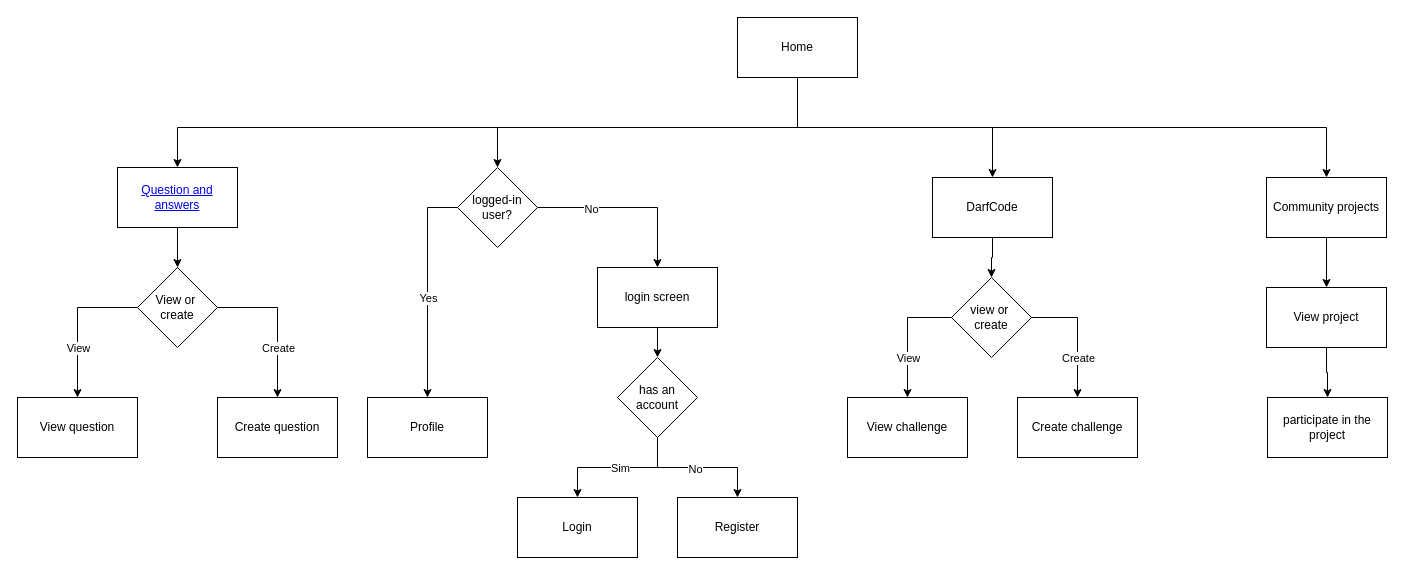
The draw.io diagram page "Navegação" (1 of 3) of Diagrama sem nome.drawio in Mined-Development-Company/Community, before the edit. Source tidied: cells renumbered, new cells numbered last; positions are measured from the earlier drawing's top-left corner, leaving out a move shared by most shapes. Both pictures are drawn from the tidied source at 100%, with x=0, y=0 at pixel (17, 17).
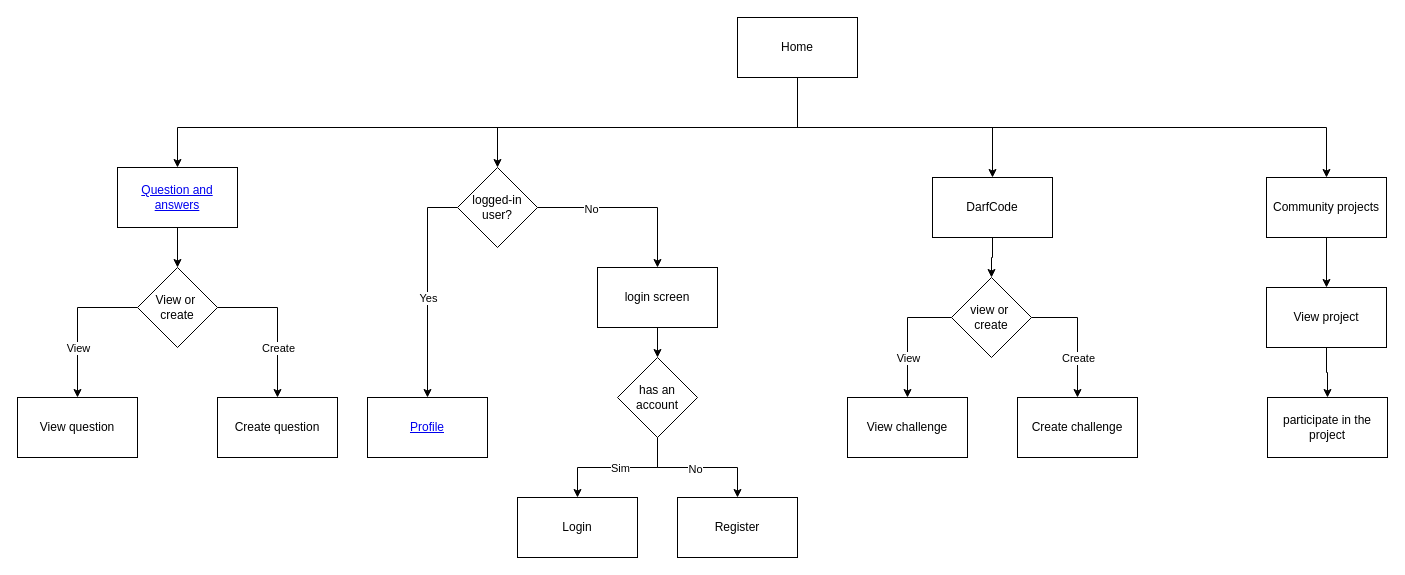
The same diagram, later.

Change to the diagram source:
```diff
@@
-    <mxCell id="16" value="Profile" style="rounded=0;whiteSpace=wrap;html=1;" parent="1" vertex="1">
+    <mxCell id="16" value="&lt;a href=&quot;data:page/id,mP-lxhDKyo0p1cW9CKdW&quot;&gt;Profile&lt;/a&gt;" style="rounded=0;whiteSpace=wrap;html=1;" parent="1" vertex="1">
       <mxGeometry x="350" y="380" width="120" height="60" as="geometry" />
     </mxCell>
```
